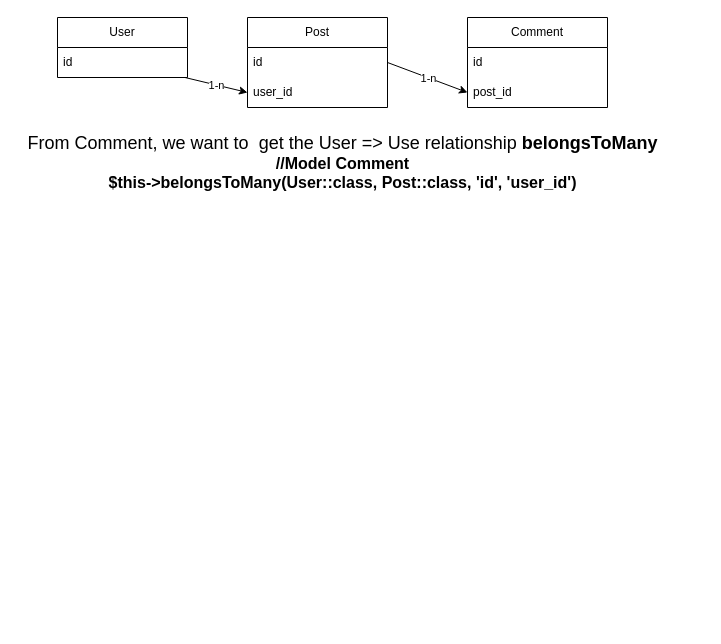
Before: Biểu đồ không có tiêu đề.drawio in wyattvo2019/ManageStaffWebsite, a draw.io diagram. Source tidied: cells renumbered, new cells numbered last; positions are measured from the earlier drawing's top-left corner, leaving out a move shared by most shapes. Both pictures are drawn from the tidied source at 100%, with x=0, y=0 at pixel (17, 17).
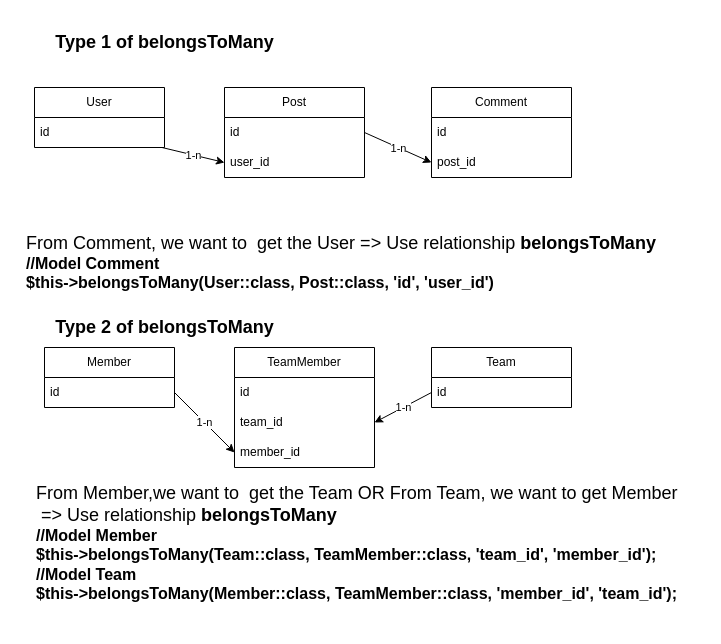
The same diagram, later.

Commit message (it also covers changes not shown here):
Cập nhật Biểu đồ không có tiêu đề.drawio

Diff of the diagram source:
```diff
@@
     <mxCell id="2" value="User" style="swimlane;fontStyle=0;horizontal=1;startSize=30;whiteSpace=wrap;html=1;" parent="1" vertex="1">
-      <mxGeometry x="40" width="130" height="60" as="geometry" />
+      <mxGeometry x="17" y="70" width="130" height="60" as="geometry" />
     </mxCell>
@@
     <mxCell id="4" value="Post" style="swimlane;fontStyle=0;horizontal=1;startSize=30;whiteSpace=wrap;html=1;" parent="1" vertex="1">
-      <mxGeometry x="230" width="140" height="90" as="geometry" />
+      <mxGeometry x="207" y="70" width="140" height="90" as="geometry" />
     </mxCell>
@@
     <mxCell id="7" value="Comment" style="swimlane;fontStyle=0;horizontal=1;startSize=30;whiteSpace=wrap;html=1;" parent="1" vertex="1">
-      <mxGeometry x="450" width="140" height="90" as="geometry" />
+      <mxGeometry x="414" y="70" width="140" height="90" as="geometry" />
     </mxCell>
@@
-    <mxCell id="14" value="&lt;font style=&quot;font-size: 18px;&quot;&gt;From Comment, we want to&amp;nbsp; get the User =&amp;gt; Use relationship &lt;b&gt;belongsToMany&lt;/b&gt;&lt;/font&gt;&lt;div&gt;&lt;b&gt;&lt;font size=&quot;3&quot;&gt;//Model Comment&lt;/font&gt;&lt;/b&gt;&lt;/div&gt;&lt;div&gt;&lt;b&gt;&lt;font size=&quot;3&quot;&gt;$this-&amp;gt;belongsToMany(User::class, Post::class, 'id', 'user_id')&lt;/font&gt;&lt;/b&gt;&lt;/div&gt;" style="text;html=1;align=center;verticalAlign=middle;strokeColor=none;fillColor=none;" parent="1" vertex="1">
-      <mxGeometry y="110" width="650" height="70" as="geometry" />
+    <mxCell id="14" value="&lt;font style=&quot;font-size: 18px;&quot;&gt;From Comment, we want to&amp;nbsp; get the User =&amp;gt; Use relationship &lt;b&gt;belongsToMany&lt;/b&gt;&lt;/font&gt;&lt;div&gt;&lt;b&gt;&lt;font size=&quot;3&quot;&gt;//Model Comment&lt;/font&gt;&lt;/b&gt;&lt;/div&gt;&lt;div&gt;&lt;b&gt;&lt;font size=&quot;3&quot;&gt;$this-&amp;gt;belongsToMany(User::class, Post::class, 'id', 'user_id')&lt;/font&gt;&lt;/b&gt;&lt;/div&gt;" style="text;html=1;align=left;verticalAlign=middle;strokeColor=none;fillColor=none;" parent="1" vertex="1">
+      <mxGeometry x="7" y="210" width="650" height="70" as="geometry" />
     </mxCell>
+    <mxCell id="15" value="&lt;b&gt;&lt;font style=&quot;font-size: 18px;&quot;&gt;Type 1 of belongsToMany&lt;/font&gt;&lt;/b&gt;" style="text;html=1;align=center;verticalAlign=middle;strokeColor=none;fillColor=none;" parent="1" vertex="1">
+      <mxGeometry x="27" y="5" width="240" height="40" as="geometry" />
+    </mxCell>
+    <mxCell id="16" value="&lt;b&gt;&lt;font style=&quot;font-size: 18px;&quot;&gt;Type 2 of belongsToMany&lt;/font&gt;&lt;/b&gt;" style="text;html=1;align=center;verticalAlign=middle;strokeColor=none;fillColor=none;" parent="1" vertex="1">
+      <mxGeometry x="27" y="290" width="240" height="40" as="geometry" />
+    </mxCell>
+    <mxCell id="17" value="Member" style="swimlane;fontStyle=0;horizontal=1;startSize=30;whiteSpace=wrap;html=1;" parent="1" vertex="1">
+      <mxGeometry x="27" y="330" width="130" height="60" as="geometry" />
+    </mxCell>
+    <mxCell id="18" value="id" style="text;strokeColor=none;fillColor=none;align=left;verticalAlign=middle;spacingLeft=4;spacingRight=4;overflow=hidden;points=[[0,0.5],[1,0.5]];portConstraint=eastwest;whiteSpace=wrap;html=1;" parent="17" vertex="1">
+      <mxGeometry y="30" width="130" height="30" as="geometry" />
+    </mxCell>
+    <mxCell id="19" value="Team" style="swimlane;fontStyle=0;horizontal=1;startSize=30;whiteSpace=wrap;html=1;" parent="1" vertex="1">
+      <mxGeometry x="414" y="330" width="140" height="60" as="geometry" />
+    </mxCell>
+    <mxCell id="20" value="id" style="text;strokeColor=none;fillColor=none;align=left;verticalAlign=middle;spacingLeft=4;spacingRight=4;overflow=hidden;points=[[0,0.5],[1,0.5]];portConstraint=eastwest;whiteSpace=wrap;html=1;" parent="19" vertex="1">
+      <mxGeometry y="30" width="140" height="30" as="geometry" />
+    </mxCell>
+    <mxCell id="21" value="TeamMember" style="swimlane;fontStyle=0;horizontal=1;startSize=30;whiteSpace=wrap;html=1;" parent="1" vertex="1">
+      <mxGeometry x="217" y="330" width="140" height="120" as="geometry" />
+    </mxCell>
+    <mxCell id="22" value="id" style="text;strokeColor=none;fillColor=none;align=left;verticalAlign=middle;spacingLeft=4;spacingRight=4;overflow=hidden;whiteSpace=wrap;html=1;" parent="21" vertex="1">
+      <mxGeometry y="30" width="140" height="30" as="geometry" />
+    </mxCell>
+    <mxCell id="23" value="team_id" style="text;strokeColor=none;fillColor=none;align=left;verticalAlign=middle;spacingLeft=4;spacingRight=4;overflow=hidden;points=[[0,0.5],[1,0.5]];portConstraint=eastwest;whiteSpace=wrap;html=1;" parent="21" vertex="1">
+      <mxGeometry y="60" width="140" height="30" as="geometry" />
+    </mxCell>
+    <mxCell id="24" value="member_id" style="text;strokeColor=none;fillColor=none;align=left;verticalAlign=middle;spacingLeft=4;spacingRight=4;overflow=hidden;points=[[0,0.5],[1,0.5]];portConstraint=eastwest;whiteSpace=wrap;html=1;" parent="21" vertex="1">
+      <mxGeometry y="90" width="140" height="30" as="geometry" />
+    </mxCell>
+    <mxCell id="25" style="endArrow=classic;html=1;rounded=0;entryX=0;entryY=0.5;entryDx=0;entryDy=0;exitX=1;exitY=0.5;exitDx=0;exitDy=0;" parent="1" edge="1" source="18" target="24">
+      <mxGeometry relative="1" as="geometry" />
+    </mxCell>
+    <mxCell id="26" value="1-n" style="edgeLabel;html=1;align=center;verticalAlign=middle;" parent="25" vertex="1">
+      <mxGeometry relative="1" as="geometry" />
+    </mxCell>
+    <mxCell id="27" style="endArrow=classic;html=1;rounded=0;entryX=1;entryY=0.5;entryDx=0;entryDy=0;exitX=0;exitY=0.5;exitDx=0;exitDy=0;" parent="1" edge="1" source="20" target="23">
+      <mxGeometry relative="1" as="geometry" />
+    </mxCell>
+    <mxCell id="28" value="1-n" style="edgeLabel;html=1;align=center;verticalAlign=middle;" parent="27" vertex="1">
+      <mxGeometry relative="1" as="geometry" />
+    </mxCell>
+    <mxCell id="29" value="&lt;font style=&quot;font-size: 18px;&quot;&gt;From Member,we want to&amp;nbsp; get the Team OR From Team, we want to get Member&lt;/font&gt;&lt;div&gt;&lt;font style=&quot;font-size: 18px;&quot;&gt;&amp;nbsp;=&amp;gt; Use relationship &lt;b&gt;belongsToMany&lt;/b&gt;&lt;/font&gt;&lt;div&gt;&lt;b&gt;&lt;font size=&quot;3&quot;&gt;//Model Member&lt;/font&gt;&lt;/b&gt;&lt;/div&gt;&lt;div&gt;&lt;b&gt;&lt;font size=&quot;3&quot;&gt;$this-&amp;gt;belongsToMany(Team::class, TeamMember::class, 'team_id', 'member_id');&lt;/font&gt;&lt;/b&gt;&lt;/div&gt;&lt;/div&gt;&lt;div&gt;&lt;b&gt;&lt;font size=&quot;3&quot;&gt;//Model Team&lt;/font&gt;&lt;/b&gt;&lt;/div&gt;&lt;div&gt;&lt;b&gt;&lt;font size=&quot;3&quot;&gt;$this-&amp;gt;belongsToMany(Member::class, TeamMember::class, 'member_id', 'team_id');&lt;/font&gt;&lt;/b&gt;&lt;/div&gt;&lt;div&gt;&lt;b&gt;&lt;font size=&quot;3&quot;&gt;&lt;br&gt;&lt;/font&gt;&lt;/b&gt;&lt;/div&gt;" style="text;html=1;align=left;verticalAlign=middle;strokeColor=none;fillColor=none;" parent="1" vertex="1">
+      <mxGeometry x="17" y="460" width="670" height="150" as="geometry" />
+    </mxCell>
```
